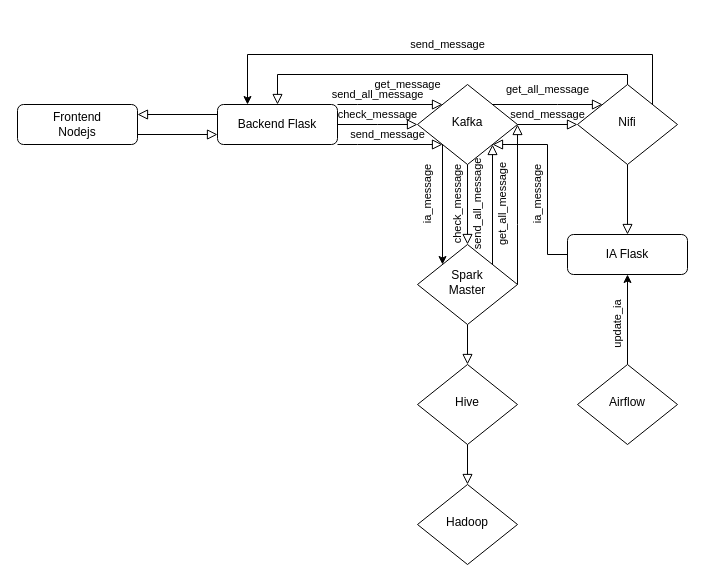
Earlier version of the draw.io diagram Diagramme des flux.drawio (bsae19/NitroChatV2). Source tidied: cells renumbered, new cells numbered last; positions are measured from the earlier drawing's top-left corner, leaving out a move shared by most shapes. Both pictures are drawn from the tidied source at 100%, with x=0, y=0 at pixel (17, 54).
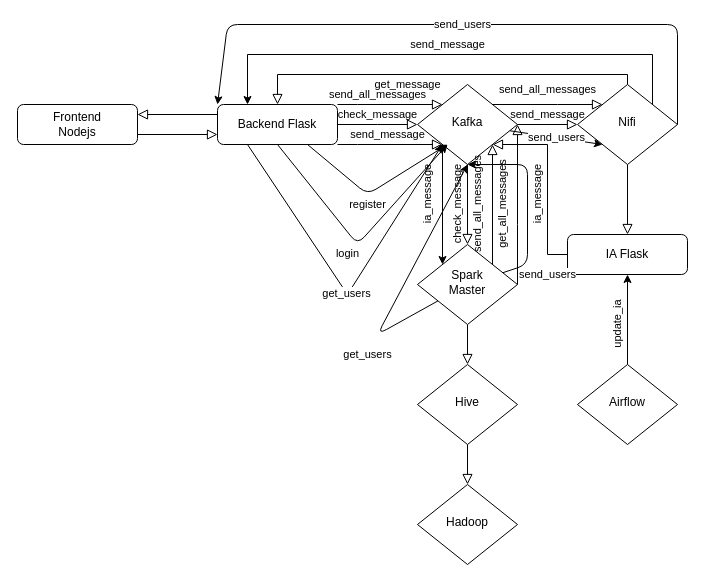
Above is the later version.

The change refers to these unchanged cells:
```xml
<mxCell id="5" value="Kafka" style="rhombus;whiteSpace=wrap;html=1;shadow=0;fontFamily=Helvetica;fontSize=12;align=center;strokeWidth=1;spacing=6;spacingTop=-4;" parent="1" vertex="1">
  <mxGeometry x="400" y="30" width="100" height="80" as="geometry" />
</mxCell>
<mxCell id="8" value="Spark&lt;div&gt;Master&lt;/div&gt;" style="rhombus;whiteSpace=wrap;html=1;shadow=0;fontFamily=Helvetica;fontSize=12;align=center;strokeWidth=1;spacing=6;spacingTop=-4;" parent="1" vertex="1">
  <mxGeometry x="400" y="190" width="100" height="80" as="geometry" />
</mxCell>
<mxCell id="11" value="Backend Flask" style="rounded=1;whiteSpace=wrap;html=1;fontSize=12;glass=0;strokeWidth=1;shadow=0;" parent="1" vertex="1">
  <mxGeometry x="200" y="50" width="120" height="40" as="geometry" />
</mxCell>
<mxCell id="17" value="Nifi" style="rhombus;whiteSpace=wrap;html=1;shadow=0;fontFamily=Helvetica;fontSize=12;align=center;strokeWidth=1;spacing=6;spacingTop=-4;" parent="1" vertex="1">
  <mxGeometry x="560" y="30" width="100" height="80" as="geometry" />
</mxCell>
```

The edit, as a diff of the source:
```diff
@@
+    <mxCell id="29" value="send_users" style="edgeStyle=none;html=1;entryX=0;entryY=1;entryDx=0;entryDy=0;" parent="1" edge="1" source="5" target="17">
+      <mxGeometry relative="1" as="geometry" />
+    </mxCell>
@@
+    <mxCell id="30" value="send_users" style="edgeStyle=none;html=1;entryX=0.5;entryY=1;entryDx=0;entryDy=0;" parent="1" edge="1" source="8" target="5">
+      <mxGeometry x="-0.72" y="-22" relative="1" as="geometry">
+        <Array as="points">
+          <mxPoint x="510" y="210" />
+          <mxPoint x="510" y="110" />
+        </Array>
+        <mxPoint x="-2" y="10" as="offset" />
+      </mxGeometry>
+    </mxCell>
+    <mxCell id="31" value="get_users" style="edgeStyle=none;html=1;entryX=0.5;entryY=1;entryDx=0;entryDy=0;" parent="1" edge="1" source="8" target="5">
+      <mxGeometry x="-0.47" y="-22" relative="1" as="geometry">
+        <Array as="points">
+          <mxPoint x="360" y="280" />
+        </Array>
+        <mxPoint x="-29" y="10" as="offset" />
+      </mxGeometry>
+    </mxCell>
@@
-    <mxCell id="10" value="send_all_message" style="rounded=0;html=1;jettySize=auto;fontSize=11;endArrow=block;endFill=0;endSize=8;strokeWidth=1;shadow=0;labelBackgroundColor=none;edgeStyle=orthogonalEdgeStyle;entryX=0;entryY=0;entryDx=0;entryDy=0;exitX=1;exitY=0;exitDx=0;exitDy=0;" parent="1" edge="1" source="11" target="5">
+    <mxCell id="10" value="send_all_messages" style="rounded=0;html=1;jettySize=auto;fontSize=11;endArrow=block;endFill=0;endSize=8;strokeWidth=1;shadow=0;labelBackgroundColor=none;edgeStyle=orthogonalEdgeStyle;entryX=0;entryY=0;entryDx=0;entryDy=0;exitX=1;exitY=0;exitDx=0;exitDy=0;" parent="1" edge="1" source="11" target="5">
       <mxGeometry x="-0.24" y="10" relative="1" as="geometry">
         <Array as="points">
           <mxPoint x="340" y="50" />
           <mxPoint x="340" y="50" />
         </Array>
       </mxGeometry>
     </mxCell>
+    <mxCell id="32" value="register" style="edgeStyle=none;html=1;exitX=0.75;exitY=1;exitDx=0;exitDy=0;" parent="1" edge="1" source="11">
+      <mxGeometry x="-0.09" y="-10" relative="1" as="geometry">
+        <mxPoint x="430" y="90" as="targetPoint" />
+        <Array as="points">
+          <mxPoint x="350" y="140" />
+        </Array>
+        <mxPoint x="-5" y="1" as="offset" />
+      </mxGeometry>
+    </mxCell>
+    <mxCell id="33" value="login" style="edgeStyle=none;html=1;exitX=0.5;exitY=1;exitDx=0;exitDy=0;" parent="1" edge="1" source="11">
+      <mxGeometry x="-0.02" y="14" relative="1" as="geometry">
+        <mxPoint x="430" y="90" as="targetPoint" />
+        <Array as="points">
+          <mxPoint x="340" y="190" />
+        </Array>
+        <mxPoint y="19" as="offset" />
+      </mxGeometry>
+    </mxCell>
+    <mxCell id="34" value="get_users" style="edgeStyle=none;html=1;exitX=0.25;exitY=1;exitDx=0;exitDy=0;entryX=0;entryY=1;entryDx=0;entryDy=0;" parent="1" edge="1" source="11" target="5">
+      <mxGeometry relative="1" as="geometry">
+        <Array as="points">
+          <mxPoint x="330" y="240" />
+        </Array>
+      </mxGeometry>
+    </mxCell>
@@
-    <mxCell id="13" value="send_all_message" style="rounded=0;html=1;jettySize=auto;fontSize=11;endArrow=block;endFill=0;endSize=8;strokeWidth=1;shadow=0;labelBackgroundColor=none;edgeStyle=orthogonalEdgeStyle;exitX=1;exitY=0;exitDx=0;exitDy=0;horizontal=0;entryX=1;entryY=1;entryDx=0;entryDy=0;" parent="1" edge="1" source="8" target="5">
+    <mxCell id="13" value="send_all_messages" style="rounded=0;html=1;jettySize=auto;fontSize=11;endArrow=block;endFill=0;endSize=8;strokeWidth=1;shadow=0;labelBackgroundColor=none;edgeStyle=orthogonalEdgeStyle;exitX=1;exitY=0;exitDx=0;exitDy=0;horizontal=0;entryX=1;entryY=1;entryDx=0;entryDy=0;" parent="1" edge="1" source="8" target="5">
       <mxGeometry y="15" relative="1" as="geometry" />
     </mxCell>
@@
+    <mxCell id="35" value="send_users" style="edgeStyle=none;html=1;entryX=0;entryY=0;entryDx=0;entryDy=0;exitX=1;exitY=0.5;exitDx=0;exitDy=0;" parent="1" edge="1" source="17" target="11">
+      <mxGeometry relative="1" as="geometry">
+        <Array as="points">
+          <mxPoint x="660" y="-30" />
+          <mxPoint x="210" y="-30" />
+        </Array>
+      </mxGeometry>
+    </mxCell>
@@
-    <mxCell id="24" value="get_all_message" style="rounded=0;html=1;jettySize=auto;fontSize=11;endArrow=block;endFill=0;endSize=8;strokeWidth=1;shadow=0;labelBackgroundColor=none;edgeStyle=orthogonalEdgeStyle;exitX=1;exitY=0;exitDx=0;exitDy=0;horizontal=0;entryX=1;entryY=0.5;entryDx=0;entryDy=0;" parent="1" edge="1" target="5">
+    <mxCell id="24" value="get_all_messages" style="rounded=0;html=1;jettySize=auto;fontSize=11;endArrow=block;endFill=0;endSize=8;strokeWidth=1;shadow=0;labelBackgroundColor=none;edgeStyle=orthogonalEdgeStyle;exitX=1;exitY=0;exitDx=0;exitDy=0;horizontal=0;entryX=1;entryY=0.5;entryDx=0;entryDy=0;" parent="1" edge="1" target="5">
       <mxGeometry y="15" relative="1" as="geometry">
         <mxPoint x="500" y="230" as="sourcePoint" />
         <Array as="points">
           <mxPoint x="500" y="170" />
           <mxPoint x="500" y="170" />
         </Array>
       </mxGeometry>
     </mxCell>
@@
-    <mxCell id="26" value="get_all_message" style="rounded=0;html=1;jettySize=auto;fontSize=11;endArrow=block;endFill=0;endSize=8;strokeWidth=1;shadow=0;labelBackgroundColor=none;edgeStyle=orthogonalEdgeStyle;exitX=1;exitY=0;exitDx=0;exitDy=0;horizontal=1;entryX=0;entryY=0;entryDx=0;entryDy=0;" parent="1" edge="1" source="5" target="17">
+    <mxCell id="26" value="send_all_messages" style="rounded=0;html=1;jettySize=auto;fontSize=11;endArrow=block;endFill=0;endSize=8;strokeWidth=1;shadow=0;labelBackgroundColor=none;edgeStyle=orthogonalEdgeStyle;exitX=1;exitY=0;exitDx=0;exitDy=0;horizontal=1;entryX=0;entryY=0;entryDx=0;entryDy=0;" parent="1" edge="1" source="5" target="17">
       <mxGeometry y="15" relative="1" as="geometry">
         <Array as="points">
           <mxPoint x="540" y="50" />
           <mxPoint x="540" y="50" />
         </Array>
       </mxGeometry>
     </mxCell>
```
